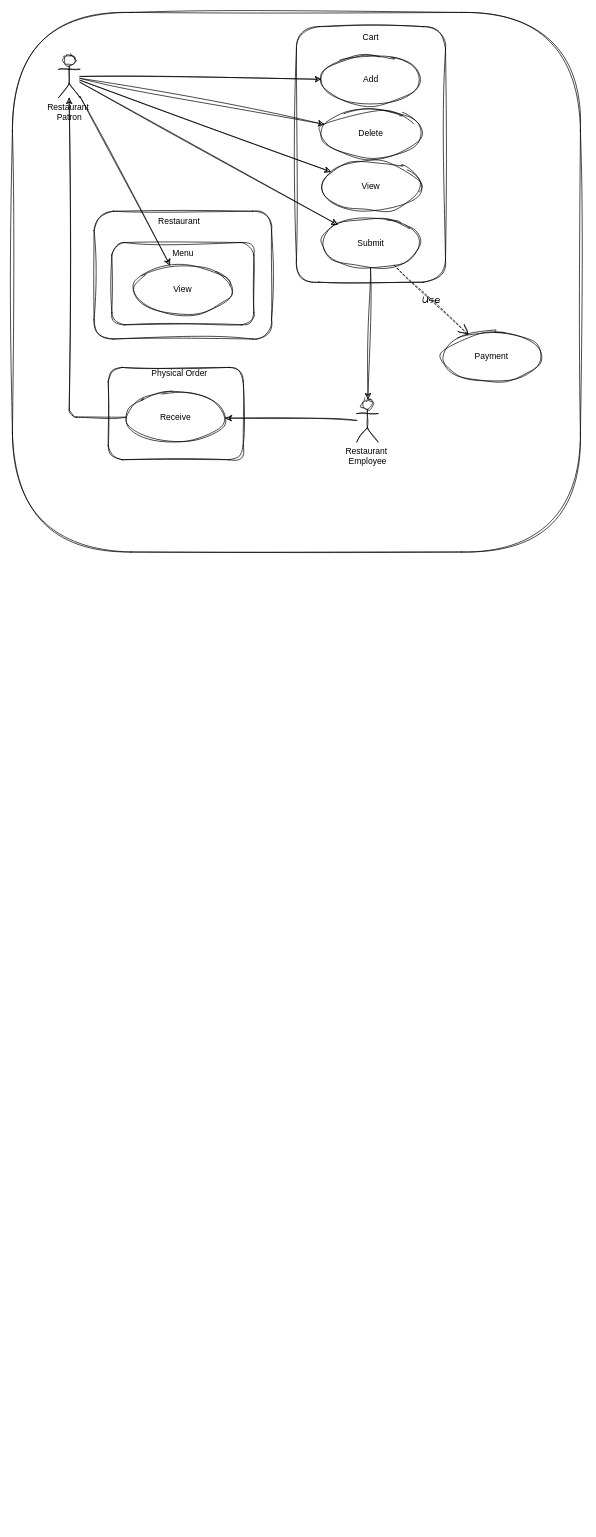
k0nig1/verkauf-konig keeps this draw.io diagram as diagrams/OrderingUseCase.drawio. Above is the earlier version. Source tidied: cells renumbered, new cells numbered last; positions are measured from the earlier drawing's top-left corner, leaving out a move shared by most shapes. Both pictures are drawn from the tidied source at 71%, with x=0, y=0 at pixel (12, 12).
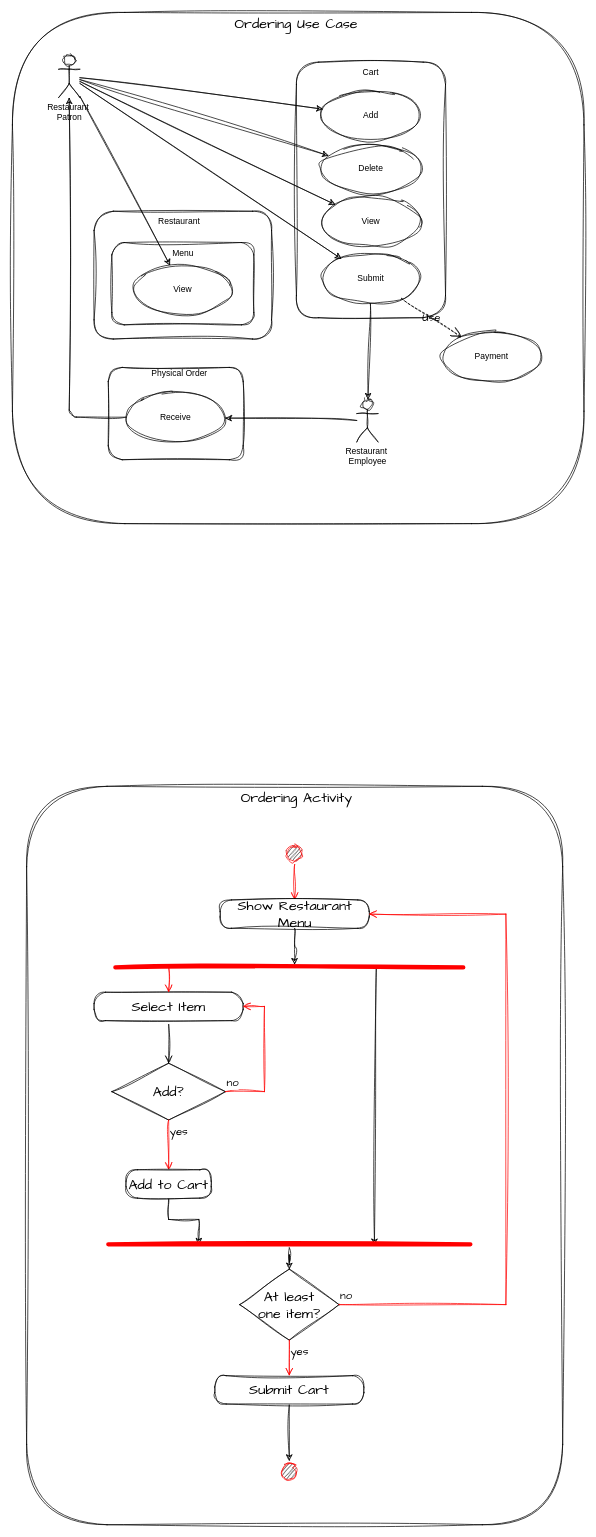
After the change.

Commit message:
added activity diagram

Unchanged cells that the change refers to:
```xml
<mxCell id="3" value="Restaurant&amp;nbsp;&lt;br&gt;Patron" style="shape=umlActor;verticalLabelPosition=bottom;verticalAlign=top;html=1;outlineConnect=0;sketch=1;curveFitting=1;jiggle=2;rounded=1;labelBackgroundColor=none;" parent="1" vertex="1">
  <mxGeometry x="65" y="60" width="30" height="60" as="geometry" />
</mxCell>
<mxCell id="31" value="View" style="ellipse;whiteSpace=wrap;html=1;sketch=1;curveFitting=1;jiggle=2;rounded=1;labelBackgroundColor=none;" parent="26" vertex="1">
  <mxGeometry x="55" y="75" width="140" height="70" as="geometry" />
</mxCell>
```

Diff of the diagram source:
```diff
@@
     <mxCell id="2" style="rounded=1;whiteSpace=wrap;html=1;sketch=1;curveFitting=1;jiggle=2;labelBackgroundColor=none;arcSize=22;" parent="1" vertex="1">
-      <mxGeometry width="800" height="760" as="geometry" />
+      <mxGeometry width="805" height="720" as="geometry" />
     </mxCell>
+    <mxCell id="33" value="Ordering Use Case" style="text;html=1;strokeColor=none;fillColor=none;align=center;verticalAlign=middle;whiteSpace=wrap;rounded=0;fontSize=20;fontFamily=Architects Daughter;labelBackgroundColor=none;" parent="1" vertex="1">
+      <mxGeometry x="285" width="230" height="30" as="geometry" />
+    </mxCell>
@@
     <mxCell id="5" style="group;sketch=1;curveFitting=1;jiggle=2;labelBorderColor=default;rounded=1;labelBackgroundColor=none;" parent="1" vertex="1">
-      <mxGeometry x="400" y="20" width="210" height="360" as="geometry" />
+      <mxGeometry x="400" y="70" width="210" height="360" as="geometry" />
     </mxCell>
@@
-    <mxCell id="20" style="group;" parent="1" vertex="1">
+    <mxCell id="20" style="group;labelBackgroundColor=none;" parent="1" vertex="1">
       <mxGeometry x="135" y="500" width="190" height="130" as="geometry" />
     </mxCell>
@@
-    <mxCell id="26" style="group;" parent="1" vertex="1">
+    <mxCell id="26" style="group;labelBackgroundColor=none;" parent="1" vertex="1">
       <mxGeometry x="115" y="280" width="250" height="180" as="geometry" />
     </mxCell>
@@
-    <mxCell id="32" style="rounded=0;sketch=1;hachureGap=4;jiggle=2;curveFitting=1;jettySize=auto;html=1;fontFamily=Architects Daughter;fontSize=16;" parent="1" edge="1" source="3" target="31">
+    <mxCell id="32" style="rounded=0;sketch=1;hachureGap=4;jiggle=2;curveFitting=1;jettySize=auto;html=1;fontFamily=Architects Daughter;fontSize=16;labelBackgroundColor=none;fontColor=default;" parent="1" edge="1" source="3" target="31">
       <mxGeometry relative="1" as="geometry" />
     </mxCell>
+    <mxCell id="34" style="rounded=1;whiteSpace=wrap;html=1;sketch=1;hachureGap=4;jiggle=2;curveFitting=1;fontFamily=Architects Daughter;fontSize=20;labelBackgroundColor=none;" parent="1" vertex="1">
+      <mxGeometry x="20" y="1090" width="755" height="1040" as="geometry" />
+    </mxCell>
+    <mxCell id="35" value="Ordering Activity" style="text;html=1;strokeColor=none;fillColor=none;align=center;verticalAlign=middle;whiteSpace=wrap;rounded=0;fontSize=20;fontFamily=Architects Daughter;labelBackgroundColor=none;" parent="1" vertex="1">
+      <mxGeometry x="303" y="1090" width="195" height="30" as="geometry" />
+    </mxCell>
+    <mxCell id="36" style="ellipse;html=1;shape=startState;fillColor=#000000;strokeColor=#ff0000;sketch=1;hachureGap=4;jiggle=2;curveFitting=1;fontFamily=Architects Daughter;fontSize=20;" parent="1" vertex="1">
+      <mxGeometry x="382.5" y="1170" width="30" height="30" as="geometry" />
+    </mxCell>
+    <mxCell id="37" style="edgeStyle=orthogonalEdgeStyle;html=1;verticalAlign=bottom;endArrow=open;endSize=8;strokeColor=#ff0000;rounded=0;sketch=1;hachureGap=4;jiggle=2;curveFitting=1;fontFamily=Architects Daughter;fontSize=16;" parent="1" edge="1" source="36" target="39">
+      <mxGeometry relative="1" as="geometry" />
+    </mxCell>
+    <mxCell id="38" style="edgeStyle=orthogonalEdgeStyle;rounded=0;sketch=1;hachureGap=4;jiggle=2;curveFitting=1;jettySize=auto;html=1;entryX=0.515;entryY=0.1;entryDx=0;entryDy=0;entryPerimeter=0;fontFamily=Architects Daughter;fontSize=16;" parent="1" edge="1" source="39" target="48">
+      <mxGeometry relative="1" as="geometry" />
+    </mxCell>
+    <mxCell id="39" value="Show Restaurant Menu" style="rounded=1;whiteSpace=wrap;html=1;arcSize=40;sketch=1;hachureGap=4;jiggle=2;curveFitting=1;fontFamily=Architects Daughter;fontSize=20;" parent="1" vertex="1">
+      <mxGeometry x="292.5" y="1250" width="210" height="40" as="geometry" />
+    </mxCell>
+    <mxCell id="40" style="edgeStyle=orthogonalEdgeStyle;html=1;verticalAlign=bottom;endArrow=open;endSize=8;rounded=0;sketch=1;hachureGap=4;jiggle=2;curveFitting=1;fontFamily=Architects Daughter;fontSize=16;" parent="1" edge="1" source="41" target="42">
+      <mxGeometry relative="1" as="geometry" />
+    </mxCell>
+    <mxCell id="41" value="Select Item" style="rounded=1;whiteSpace=wrap;html=1;arcSize=40;sketch=1;hachureGap=4;jiggle=2;curveFitting=1;fontFamily=Architects Daughter;fontSize=20;" parent="1" vertex="1">
+      <mxGeometry x="115" y="1380" width="210" height="40" as="geometry" />
+    </mxCell>
+    <mxCell id="42" value="Add?" style="rhombus;whiteSpace=wrap;html=1;sketch=1;hachureGap=4;jiggle=2;curveFitting=1;fontFamily=Architects Daughter;fontSize=20;" parent="1" vertex="1">
+      <mxGeometry x="140" y="1480" width="160" height="80" as="geometry" />
+    </mxCell>
+    <mxCell id="43" value="no" style="html=1;align=left;verticalAlign=bottom;endArrow=open;endSize=8;strokeColor=#ff0000;rounded=0;sketch=1;hachureGap=4;jiggle=2;curveFitting=1;fontFamily=Architects Daughter;fontSize=16;edgeStyle=orthogonalEdgeStyle;" parent="1" edge="1" source="42" target="41">
+      <mxGeometry x="-1" relative="1" as="geometry">
+        <Array as="points">
+          <mxPoint x="355" y="1520" />
+          <mxPoint x="355" y="1400" />
+        </Array>
+      </mxGeometry>
+    </mxCell>
+    <mxCell id="44" value="yes" style="edgeStyle=orthogonalEdgeStyle;html=1;align=left;verticalAlign=top;endArrow=open;endSize=8;strokeColor=#ff0000;rounded=0;sketch=1;hachureGap=4;jiggle=2;curveFitting=1;fontFamily=Architects Daughter;fontSize=16;" parent="1" edge="1" source="42" target="46">
+      <mxGeometry x="-1" relative="1" as="geometry" />
+    </mxCell>
+    <mxCell id="45" style="edgeStyle=orthogonalEdgeStyle;rounded=0;sketch=1;hachureGap=4;jiggle=2;curveFitting=1;jettySize=auto;html=1;exitX=0.5;exitY=1;exitDx=0;exitDy=0;entryX=0.25;entryY=0.5;entryDx=0;entryDy=0;entryPerimeter=0;fontFamily=Architects Daughter;fontSize=16;" parent="1" edge="1" source="46" target="53">
+      <mxGeometry relative="1" as="geometry" />
+    </mxCell>
+    <mxCell id="46" value="Add to Cart" style="rounded=1;whiteSpace=wrap;html=1;arcSize=40;sketch=1;hachureGap=4;jiggle=2;curveFitting=1;fontFamily=Architects Daughter;fontSize=20;" parent="1" vertex="1">
+      <mxGeometry x="160" y="1630" width="120" height="40" as="geometry" />
+    </mxCell>
+    <mxCell id="47" style="rounded=0;sketch=1;hachureGap=4;jiggle=2;curveFitting=1;jettySize=auto;html=1;exitX=0.75;exitY=0.5;exitDx=0;exitDy=0;exitPerimeter=0;entryX=0.735;entryY=0.6;entryDx=0;entryDy=0;entryPerimeter=0;fontFamily=Architects Daughter;fontSize=16;" parent="1" edge="1" source="48" target="53">
+      <mxGeometry relative="1" as="geometry" />
+    </mxCell>
+    <mxCell id="48" style="shape=line;html=1;strokeWidth=6;strokeColor=#ff0000;sketch=1;hachureGap=4;jiggle=2;curveFitting=1;fontFamily=Architects Daughter;fontSize=20;" parent="1" vertex="1">
+      <mxGeometry x="145" y="1340" width="490" height="10" as="geometry" />
+    </mxCell>
+    <mxCell id="49" style="html=1;verticalAlign=bottom;endArrow=open;endSize=8;strokeColor=#ff0000;rounded=0;sketch=1;hachureGap=4;jiggle=2;curveFitting=1;fontFamily=Architects Daughter;fontSize=16;exitX=0.153;exitY=0.35;exitDx=0;exitDy=0;exitPerimeter=0;" parent="1" edge="1" source="48" target="41">
+      <mxGeometry relative="1" as="geometry" />
+    </mxCell>
+    <mxCell id="50" style="edgeStyle=orthogonalEdgeStyle;rounded=0;sketch=1;hachureGap=4;jiggle=2;curveFitting=1;jettySize=auto;html=1;exitX=0.5;exitY=1;exitDx=0;exitDy=0;fontFamily=Architects Daughter;fontSize=16;" parent="1" edge="1" source="51" target="57">
+      <mxGeometry relative="1" as="geometry" />
+    </mxCell>
+    <mxCell id="51" value="Submit Cart" style="rounded=1;whiteSpace=wrap;html=1;arcSize=40;sketch=1;hachureGap=4;jiggle=2;curveFitting=1;fontFamily=Architects Daughter;fontSize=20;" parent="1" vertex="1">
+      <mxGeometry x="285" y="1920" width="210" height="40" as="geometry" />
+    </mxCell>
+    <mxCell id="52" style="edgeStyle=orthogonalEdgeStyle;rounded=0;sketch=1;hachureGap=4;jiggle=2;curveFitting=1;jettySize=auto;html=1;fontFamily=Architects Daughter;fontSize=16;" parent="1" edge="1" source="53" target="54">
+      <mxGeometry relative="1" as="geometry" />
+    </mxCell>
+    <mxCell id="53" style="shape=line;html=1;strokeWidth=6;strokeColor=#ff0000;sketch=1;hachureGap=4;jiggle=2;curveFitting=1;fontFamily=Architects Daughter;fontSize=20;" parent="1" vertex="1">
+      <mxGeometry x="135" y="1730" width="510" height="10" as="geometry" />
+    </mxCell>
+    <mxCell id="54" value="At least &lt;br&gt;one item?" style="rhombus;whiteSpace=wrap;html=1;sketch=1;hachureGap=4;jiggle=2;curveFitting=1;fontFamily=Architects Daughter;fontSize=20;" parent="1" vertex="1">
+      <mxGeometry x="320" y="1770" width="140" height="100" as="geometry" />
+    </mxCell>
+    <mxCell id="55" value="no" style="edgeStyle=orthogonalEdgeStyle;html=1;align=left;verticalAlign=bottom;endArrow=open;endSize=8;strokeColor=#ff0000;rounded=0;sketch=1;hachureGap=4;jiggle=2;curveFitting=1;fontFamily=Architects Daughter;fontSize=16;" parent="1" edge="1" source="54" target="39">
+      <mxGeometry x="-1" relative="1" as="geometry">
+        <Array as="points">
+          <mxPoint x="695" y="1820" />
+          <mxPoint x="695" y="1270" />
+        </Array>
+      </mxGeometry>
+    </mxCell>
+    <mxCell id="56" value="yes" style="edgeStyle=orthogonalEdgeStyle;html=1;align=left;verticalAlign=top;endArrow=open;endSize=8;strokeColor=#ff0000;rounded=0;sketch=1;hachureGap=4;jiggle=2;curveFitting=1;fontFamily=Architects Daughter;fontSize=16;" parent="1" edge="1" source="54" target="51">
+      <mxGeometry x="-1" relative="1" as="geometry" />
+    </mxCell>
+    <mxCell id="57" style="ellipse;html=1;shape=startState;fillColor=#000000;strokeColor=#ff0000;sketch=1;hachureGap=4;jiggle=2;curveFitting=1;fontFamily=Architects Daughter;fontSize=20;" parent="1" vertex="1">
+      <mxGeometry x="375" y="2040" width="30" height="30" as="geometry" />
+    </mxCell>
```
